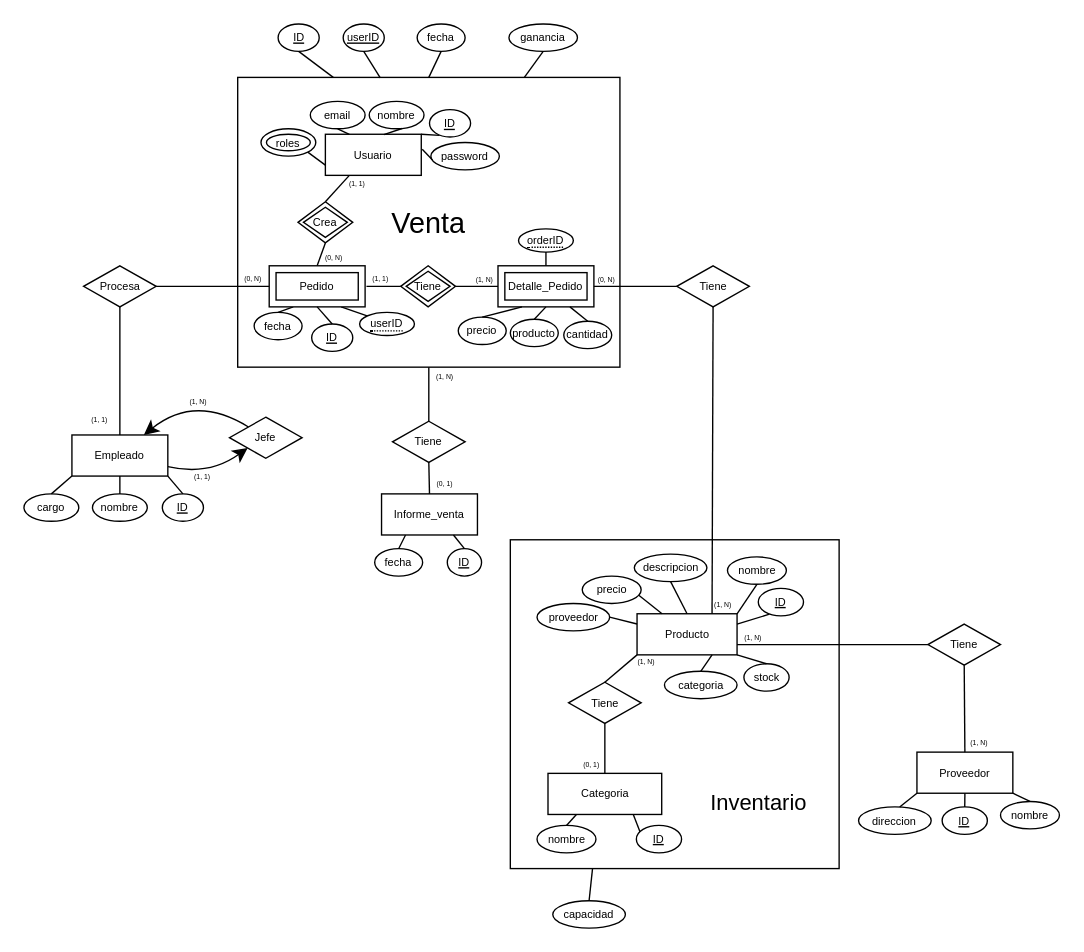
SergioMir018/Inventario-FE keeps this draw.io diagram as Diagrama sin título.drawio. Above is the earlier version. Source tidied: cells renumbered, new cells numbered last; positions are measured from the earlier drawing's top-left corner, leaving out a move shared by most shapes. Both pictures are drawn from the tidied source at 137%, with x=0, y=0 at pixel (23, 23).
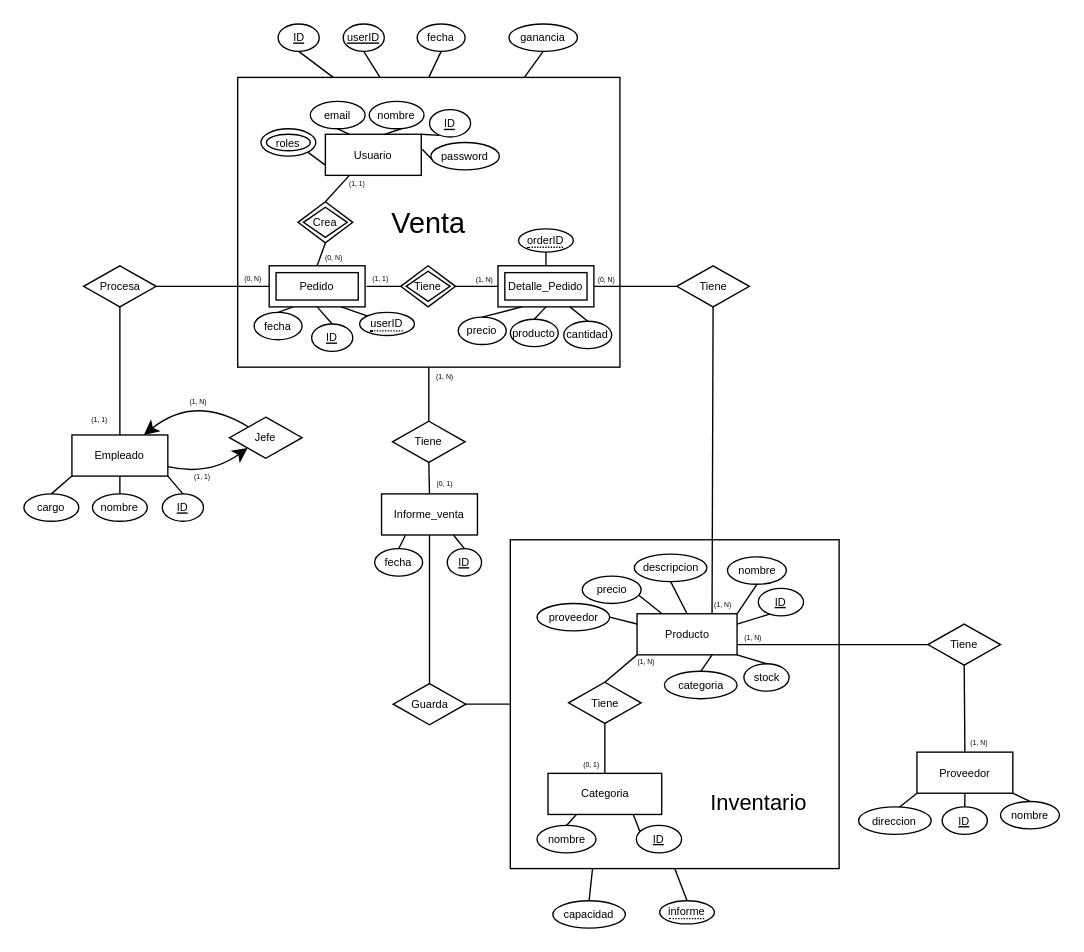
The same page after the edit.

Unchanged cells that the change refers to:
```xml
<mxCell id="2" style="whiteSpace=wrap;html=1;fontSize=16;" parent="1" vertex="1">
  <mxGeometry x="355" y="376.5" width="240" height="240" as="geometry" />
</mxCell>
<mxCell id="56" value="Informe_venta" style="whiteSpace=wrap;html=1;align=center;fontSize=8;shadow=0;" parent="1" vertex="1">
  <mxGeometry x="261" y="343" width="70" height="30" as="geometry" />
</mxCell>
```

The edit, as a diff of the source:
```diff
@@
+    <mxCell id="122" value="&lt;span style=&quot;border-bottom: 1px dotted; font-size: 8px;&quot;&gt;informe&lt;/span&gt;" style="ellipse;whiteSpace=wrap;html=1;align=center;fontSize=8;shadow=0;" parent="1" vertex="1">
+      <mxGeometry x="464" y="640" width="40" height="16.9" as="geometry" />
+    </mxCell>
+    <mxCell id="123" style="endArrow=none;html=1;rounded=0;fontSize=12;startSize=8;endSize=8;curved=1;exitX=0.5;exitY=0;exitDx=0;exitDy=0;labelBackgroundColor=none;fontColor=default;shadow=0;entryX=0.5;entryY=1;entryDx=0;entryDy=0;" parent="1" edge="1" source="122" target="2">
+      <mxGeometry relative="1" as="geometry" />
+    </mxCell>
+    <mxCell id="124" value="Guarda" style="shape=rhombus;perimeter=rhombusPerimeter;whiteSpace=wrap;html=1;align=center;fontSize=8;shadow=0;" parent="1" vertex="1">
+      <mxGeometry x="269.5" y="481.5" width="53" height="30" as="geometry" />
+    </mxCell>
+    <mxCell id="125" style="endArrow=none;html=1;rounded=0;fontSize=12;startSize=8;endSize=8;curved=1;exitX=0.5;exitY=1;exitDx=0;exitDy=0;labelBackgroundColor=none;fontColor=default;shadow=0;entryX=0.5;entryY=0;entryDx=0;entryDy=0;" parent="1" edge="1" source="56" target="124">
+      <mxGeometry relative="1" as="geometry" />
+    </mxCell>
+    <mxCell id="126" style="endArrow=none;html=1;rounded=0;fontSize=12;startSize=8;endSize=8;curved=1;exitX=1;exitY=0.5;exitDx=0;exitDy=0;labelBackgroundColor=none;fontColor=default;shadow=0;entryX=0;entryY=0.5;entryDx=0;entryDy=0;" parent="1" edge="1" source="124" target="2">
+      <mxGeometry relative="1" as="geometry" />
+    </mxCell>
```
